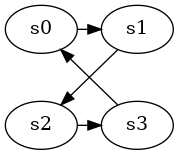
Above: assets/figures/two-phase-inverter-states.png in ghsalazar/cem-arduino (Graphviz), before the change. Its source is kept beside it as src/two-phase-inverter-states.dot.
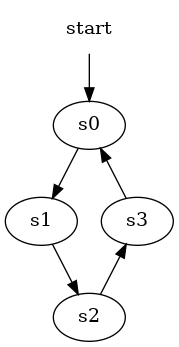
Later version of the same file.

Change to the diagram source:
```diff
@@ -1,5 +1,9 @@
 digraph states {
-    s0 -> s1 -> s2 -> s3 -> s0;
-    {rank = same; s0; s1}
-    {rank = same; s2; s3}
+    start [shape=none;];
+    start -> s0
+    s0 -> s1;
+    s1 -> s2;
+    s2 -> s3;
+    s3 -> s0;
+    {rank = same; s3; s1}
 }
```
